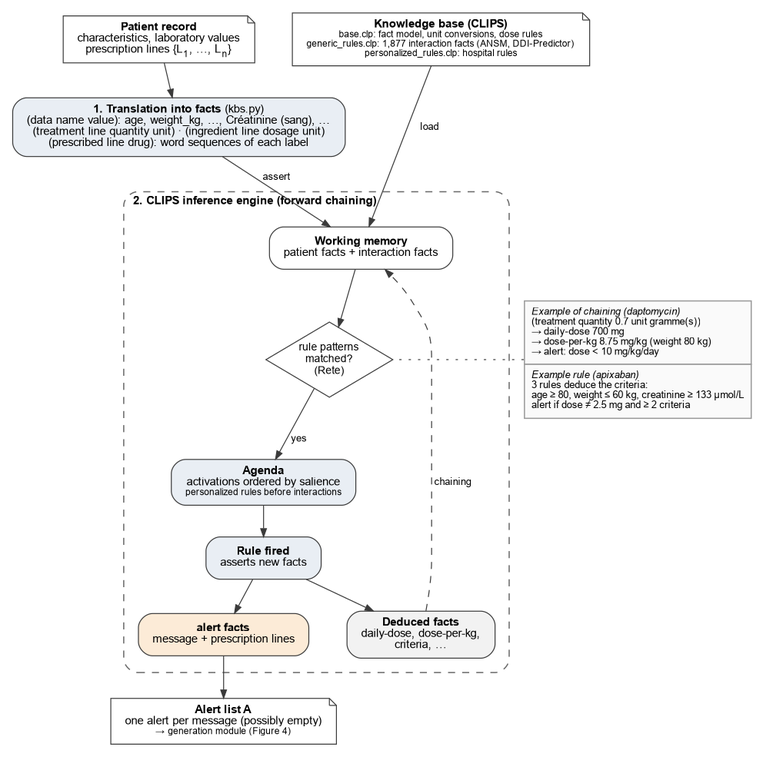
naikenisen/projet_pui keeps this Graphviz diagram as paper/figures_en/figure_3.png. Above is the earlier version. Its source is kept beside it as paper/figures_en/figure_3.dot. Its diagram source:
```dot
digraph kbs {
    graph [rankdir=TB, fontname="Helvetica", fontsize=10, nodesep=0.45, ranksep=0.35, pad=0.15, newrank=true];
    node  [fontname="Helvetica", fontsize=9.5, color="#3A3A3A", penwidth=0.8,
           shape=box, style="rounded,filled", fillcolor="#E9EEF4", margin="0.16,0.08"];
    edge  [fontname="Helvetica", fontsize=8.5, color="#3A3A3A", arrowsize=0.7, penwidth=0.8];

    record [shape=note, style=filled, fillcolor="#FFFFFF", label=<<B>Patient record</B><BR/>characteristics, laboratory values<BR/>prescription lines {L<SUB>1</SUB>, …, L<SUB>n</SUB>}>];
    rules [shape=note, style=filled, fillcolor="#FFFFFF", label=<<B>Knowledge base (CLIPS)</B><BR/><FONT POINT-SIZE="8.5">base.clp: fact model, unit conversions, dose rules<BR/>generic_rules.clp: 1,877 interaction facts (ANSM, DDI-Predictor)<BR/>personalized_rules.clp: hospital rules</FONT>>];
    { rank=same; record; rules; }

    facts [label=<<B>1. Translation into facts</B> (kbs.py)<BR/>(data name value): age, weight_kg, …, Créatinine (sang), …<BR/>(treatment line quantity unit) · (ingredient line dosage unit)<BR/>(prescribed line drug): word sequences of each label>];

    subgraph cluster_engine {
        label=<<B>2. CLIPS inference engine (forward chaining)</B>>;
        labeljust=l; fontsize=9.5; style="dashed,rounded"; color="#6A6A6A"; margin=12;

        memory [fillcolor="#FFFFFF", label=<<B>Working memory</B><BR/>patient facts + interaction facts>];
        match [shape=diamond, style=filled, fillcolor="#FFFFFF", margin="0.02,0.02", fontsize=9, label=<rule patterns<BR/>matched?<BR/>(Rete)>];
        agenda [label=<<B>Agenda</B><BR/>activations ordered by salience<BR/><FONT POINT-SIZE="8.5">personalized rules before interactions</FONT>>];
        fire [label=<<B>Rule fired</B><BR/>asserts new facts>];
        derived [fillcolor="#F2F2F2", label=<<B>Deduced facts</B><BR/>daily-dose, dose-per-kg,<BR/>criteria, …>];
        alert [fillcolor="#FCEBD7", label=<<B>alert facts</B><BR/>message + prescription lines>];

        memory -> match;
        match -> agenda [label=" yes"];
        agenda -> fire;
        fire -> derived;
        fire -> alert;
        derived -> memory [style=dashed, label=" chaining"];
        { rank=same; derived; alert; }
    }

    example [shape=plain, fontsize=8.5, label=<<TABLE BORDER="0" CELLBORDER="1" CELLSPACING="0" CELLPADDING="5" COLOR="#9A9A9A">
        <TR><TD ALIGN="LEFT" BGCOLOR="#FAFAFA"><I>Example of chaining (daptomycin)</I><BR ALIGN="LEFT"/>(treatment quantity 0.7 unit gramme(s))<BR ALIGN="LEFT"/>→ daily-dose 700 mg<BR ALIGN="LEFT"/>→ dose-per-kg 8.75 mg/kg (weight 80 kg)<BR ALIGN="LEFT"/>→ alert: dose &lt; 10 mg/kg/day<BR ALIGN="LEFT"/></TD></TR>
        <TR><TD ALIGN="LEFT" BGCOLOR="#FAFAFA"><I>Example rule (apixaban)</I><BR ALIGN="LEFT"/>3 rules deduce the criteria:<BR ALIGN="LEFT"/>age ≥ 80, weight ≤ 60 kg, creatinine ≥ 133 µmol/L<BR ALIGN="LEFT"/>alert if dose ≠ 2.5 mg and ≥ 2 criteria<BR ALIGN="LEFT"/></TD></TR>
        </TABLE>>];
    { rank=same; match; example; }

    output [shape=note, style=filled, fillcolor="#FFFFFF", label=<<B>Alert list A</B><BR/>one alert per message (possibly empty)<BR/><FONT POINT-SIZE="8.5">→ generation module (Figure 4)</FONT>>];

    record -> facts;
    facts -> memory [label=" assert"];
    rules -> memory [label=" load"];
    example -> match [style=dotted, arrowhead=none];
    alert -> output;
}
```
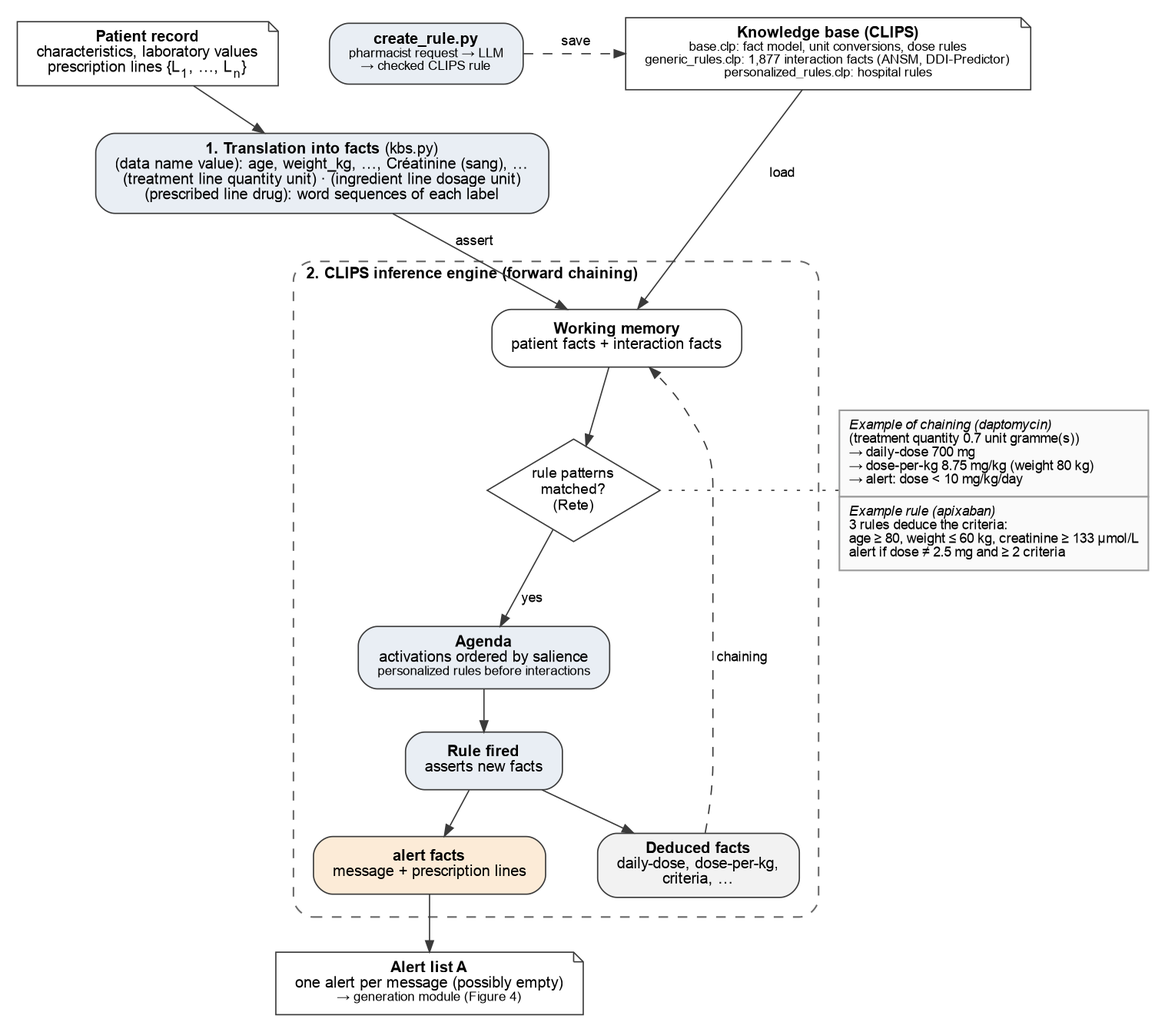
Later version of the same file.

Commit message:
separating inference from rule generation

The edit, as a diff of the source:
```diff
@@ -6,7 +6,8 @@
 
     record [shape=note, style=filled, fillcolor="#FFFFFF", label=<<B>Patient record</B><BR/>characteristics, laboratory values<BR/>prescription lines {L<SUB>1</SUB>, …, L<SUB>n</SUB>}>];
     rules [shape=note, style=filled, fillcolor="#FFFFFF", label=<<B>Knowledge base (CLIPS)</B><BR/><FONT POINT-SIZE="8.5">base.clp: fact model, unit conversions, dose rules<BR/>generic_rules.clp: 1,877 interaction facts (ANSM, DDI-Predictor)<BR/>personalized_rules.clp: hospital rules</FONT>>];
-    { rank=same; record; rules; }
+    create_rule [label=<<B>create_rule.py</B><BR/><FONT POINT-SIZE="8.5">pharmacist request → LLM<BR/>→ checked CLIPS rule</FONT>>];
+    { rank=same; record; rules; create_rule; }
 
     facts [label=<<B>1. Translation into facts</B> (kbs.py)<BR/>(data name value): age, weight_kg, …, Créatinine (sang), …<BR/>(treatment line quantity unit) · (ingredient line dosage unit)<BR/>(prescribed line drug): word sequences of each label>];
 
@@ -41,6 +42,7 @@
     record -> facts;
     facts -> memory [label=" assert"];
     rules -> memory [label=" load"];
+    create_rule -> rules [style=dashed, label=" save"];
     example -> match [style=dotted, arrowhead=none];
     alert -> output;
 }
```
